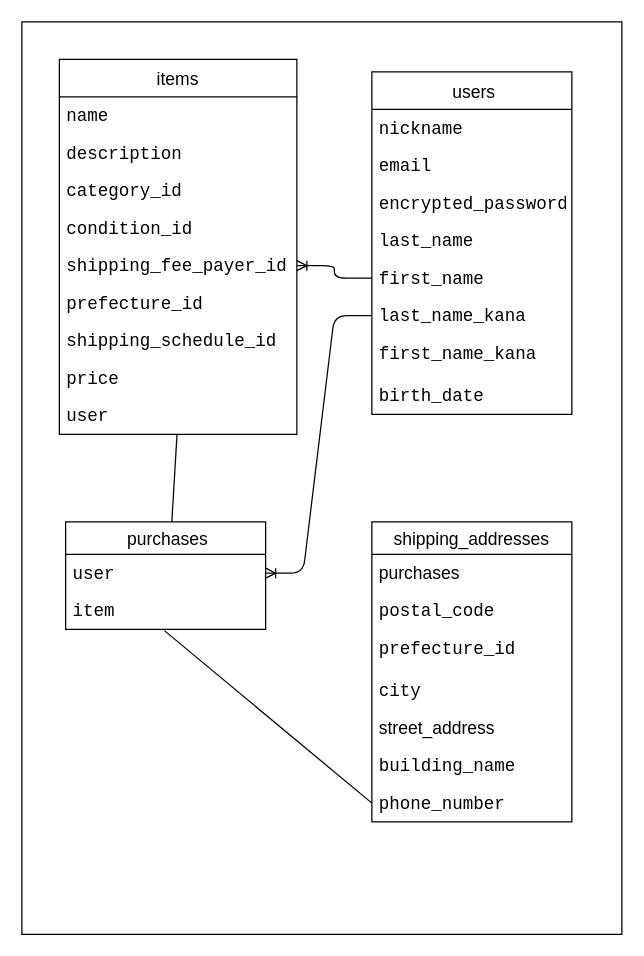
Aneanerei/furima-42270 keeps this draw.io diagram as ER.dio. Above is the earlier version. Source tidied: cells renumbered, new cells numbered last; positions are measured from the earlier drawing's top-left corner, leaving out a move shared by most shapes. Both pictures are drawn from the tidied source at 125%, with x=0, y=0 at pixel (21, 21).
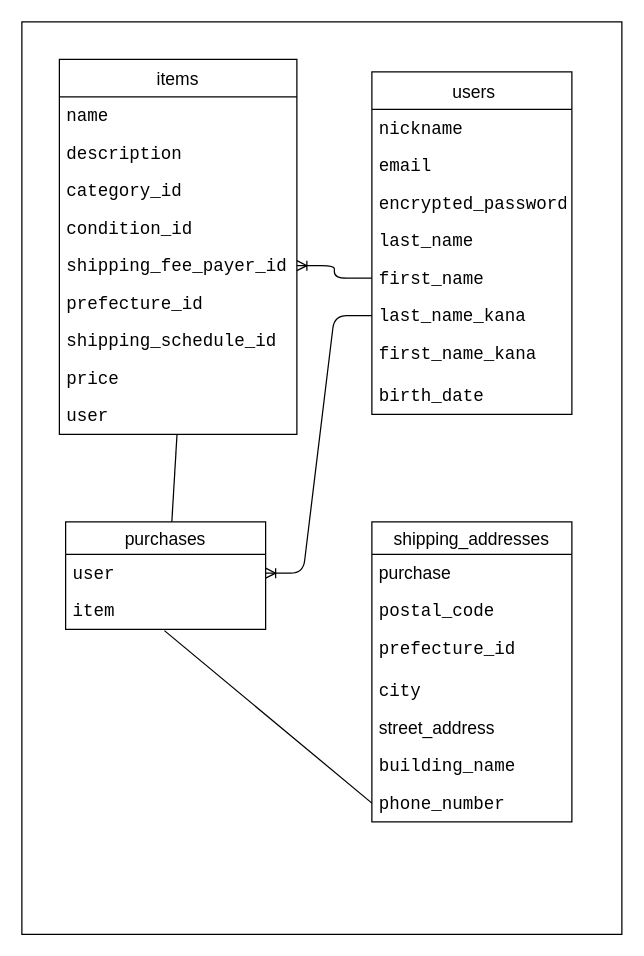
After the change.

Commit message (it also covers changes not shown here):
データベース設計修正take3

The change refers to these unchanged cells:
```xml
<mxCell id="25" value="shipping_addresses " style="swimlane;fontStyle=0;horizontal=1;startSize=26;align=center;fontSize=14;" parent="1" vertex="1">
  <mxGeometry x="280" y="400" width="160" height="240" as="geometry" />
</mxCell>
```

The edit, as a diff of the source:
```diff
@@
-    <mxCell id="3" value=" purchases " style="swimlane;fontStyle=0;horizontal=1;startSize=26;align=center;fontSize=14;" parent="1" vertex="1">
+    <mxCell id="3" value="purchases" style="swimlane;fontStyle=0;horizontal=1;startSize=26;align=center;fontSize=14;" parent="1" vertex="1">
       <mxGeometry x="35" y="400" width="160" height="86" as="geometry" />
     </mxCell>
@@
-    <mxCell id="26" value="&lt;font style=&quot;font-size: 14px;&quot;&gt;purchases&lt;/font&gt;" style="text;strokeColor=none;fillColor=none;spacingLeft=4;spacingRight=4;overflow=hidden;fontSize=12;whiteSpace=wrap;html=1;labelBackgroundColor=default;fontColor=default;" parent="25" vertex="1">
+    <mxCell id="26" value="&lt;font style=&quot;font-size: 14px;&quot;&gt;purchase&lt;/font&gt;" style="text;strokeColor=none;fillColor=none;spacingLeft=4;spacingRight=4;overflow=hidden;fontSize=12;whiteSpace=wrap;html=1;labelBackgroundColor=default;fontColor=default;" parent="25" vertex="1">
       <mxGeometry y="26" width="160" height="30" as="geometry" />
     </mxCell>
```
